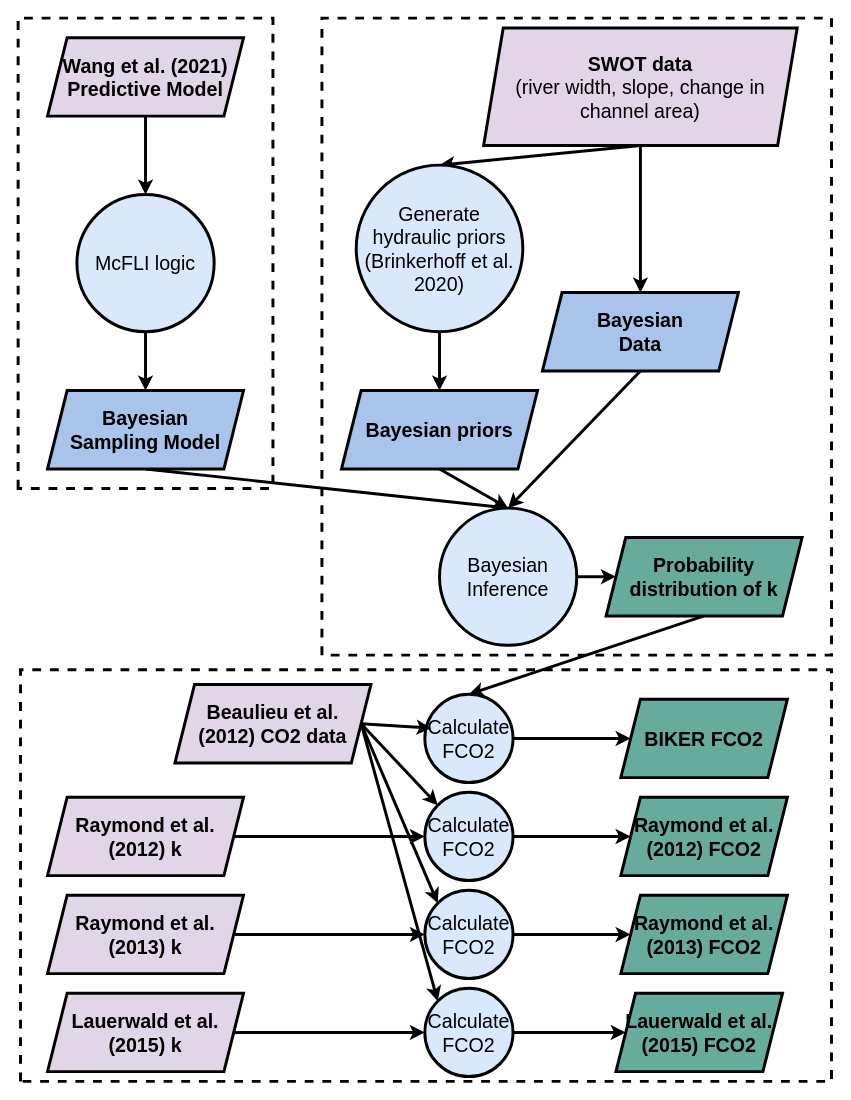
The draw.io diagram cache/flowchart.drawio in craigbrinkerhoff/RSK600, before the edit. Source tidied: cells renumbered, new cells numbered last; positions are measured from the earlier drawing's top-left corner, leaving out a move shared by most shapes. Both pictures are drawn from the tidied source at 98%, with x=0, y=0 at pixel (-90, 27).
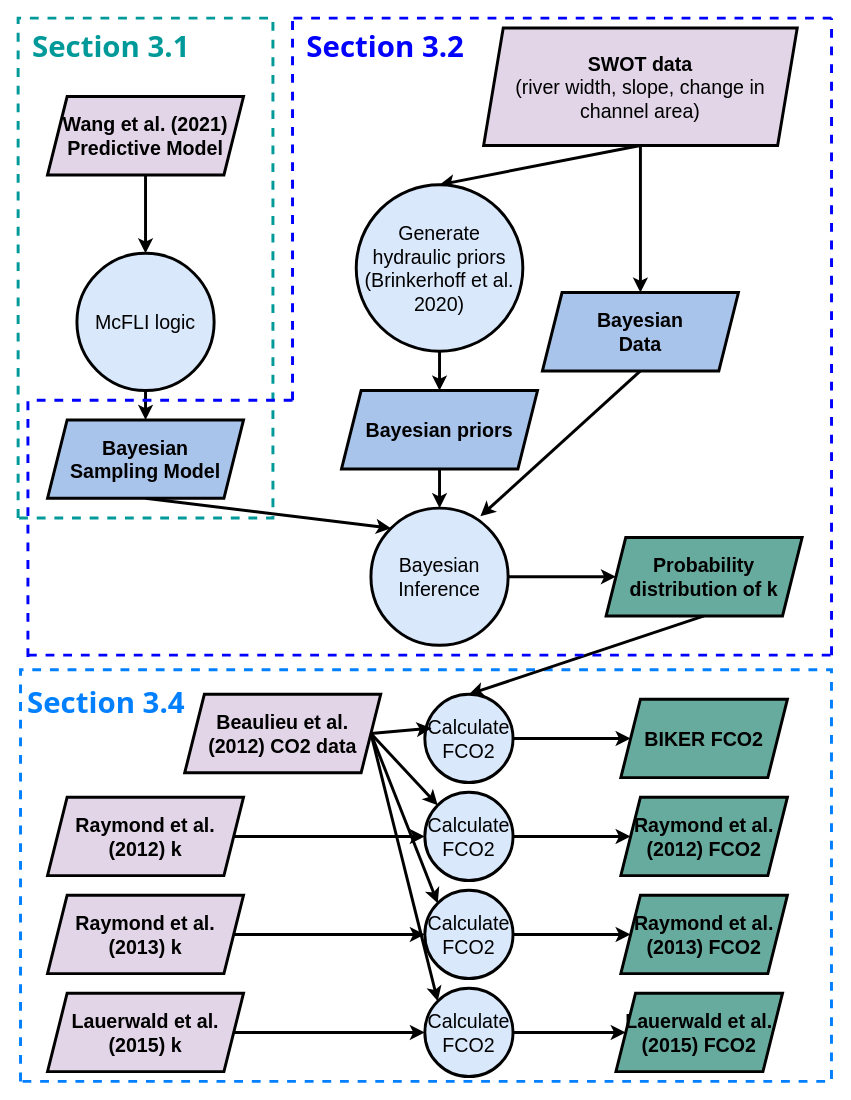
The same diagram, later.

The change refers to these unchanged cells:
```xml
<mxCell id="17" value="&lt;font style=&quot;font-size: 20px&quot;&gt;&lt;b&gt;Bayesian&lt;br&gt;Data&lt;/b&gt;&lt;/font&gt;" style="shape=parallelogram;perimeter=parallelogramPerimeter;whiteSpace=wrap;html=1;fixedSize=1;strokeWidth=3;fillColor=#A9C4EB;" parent="1" vertex="1">
  <mxGeometry x="645" y="270" width="200" height="80" as="geometry" />
</mxCell>
```

Change to the diagram source:
```diff
@@
-    <mxCell id="2" style="rounded=0;whiteSpace=wrap;html=1;strokeColor=#000000;strokeWidth=3;fillColor=none;dashed=1;rotation=-90;" parent="1" vertex="1">
+    <mxCell id="2" style="rounded=0;whiteSpace=wrap;html=1;strokeWidth=3;fillColor=none;dashed=1;rotation=-90;strokeColor=#007FFF;" parent="1" vertex="1">
       <mxGeometry x="316.2" y="451.2" width="420" height="827.5" as="geometry" />
     </mxCell>
-    <mxCell id="3" style="rounded=0;whiteSpace=wrap;html=1;strokeColor=#000000;strokeWidth=3;fillColor=none;dashed=1;rotation=-90;" parent="1" vertex="1">
-      <mxGeometry y="100" width="480" height="260" as="geometry" />
+    <mxCell id="3" style="rounded=0;whiteSpace=wrap;html=1;strokeWidth=3;dashed=1;rotation=-90;fontColor=#ffffff;fillColor=none;strokeColor=#009999;" parent="1" vertex="1">
+      <mxGeometry x="-15" y="115" width="510" height="260" as="geometry" />
     </mxCell>
-    <mxCell id="4" style="rounded=0;whiteSpace=wrap;html=1;strokeColor=#000000;strokeWidth=3;fillColor=none;dashed=1;rotation=-90;" parent="1" vertex="1">
-      <mxGeometry x="355" y="55" width="650" height="520" as="geometry" />
-    </mxCell>
@@
     <mxCell id="6" value="&lt;font style=&quot;font-size: 20px&quot;&gt;&lt;b&gt;Wang et al. (2021)&lt;br&gt;Predictive Model&lt;/b&gt;&lt;/font&gt;" style="shape=parallelogram;perimeter=parallelogramPerimeter;whiteSpace=wrap;html=1;fixedSize=1;fillColor=#e1d5e7;strokeWidth=3;" parent="1" vertex="1">
-      <mxGeometry x="140" y="10" width="200" height="80" as="geometry" />
+      <mxGeometry x="140" y="70" width="200" height="80" as="geometry" />
     </mxCell>
-    <mxCell id="7" style="edgeStyle=none;rounded=0;jettySize=auto;html=1;exitX=0.5;exitY=1;exitDx=0;exitDy=0;entryX=0.5;entryY=0;entryDx=0;entryDy=0;strokeWidth=3;" parent="1" edge="1" source="8" target="21">
+    <mxCell id="7" style="edgeStyle=none;rounded=0;jettySize=auto;html=1;exitX=0.5;exitY=1;exitDx=0;exitDy=0;entryX=0;entryY=0;entryDx=0;entryDy=0;strokeWidth=3;" parent="1" edge="1" source="8" target="21">
       <mxGeometry relative="1" as="geometry" />
     </mxCell>
     <mxCell id="8" value="&lt;font style=&quot;font-size: 20px&quot;&gt;&lt;b&gt;Bayesian&lt;br&gt;Sampling Model&lt;/b&gt;&lt;/font&gt;" style="shape=parallelogram;perimeter=parallelogramPerimeter;whiteSpace=wrap;html=1;fixedSize=1;strokeWidth=3;fillColor=#A9C4EB;" parent="1" vertex="1">
-      <mxGeometry x="140" y="370" width="200" height="80" as="geometry" />
+      <mxGeometry x="140" y="400" width="200" height="80" as="geometry" />
     </mxCell>
@@
     <mxCell id="10" value="&lt;font style=&quot;font-size: 20px&quot;&gt;McFLI logic&lt;/font&gt;" style="ellipse;whiteSpace=wrap;html=1;strokeWidth=3;fillColor=#dae8fc;" parent="1" vertex="1">
-      <mxGeometry x="170" y="170" width="140" height="140" as="geometry" />
+      <mxGeometry x="170" y="230" width="140" height="140" as="geometry" />
     </mxCell>
@@
     <mxCell id="15" value="&lt;font style=&quot;font-size: 20px&quot;&gt;Generate hydraulic priors (Brinkerhoff et al. 2020)&lt;/font&gt;" style="ellipse;whiteSpace=wrap;html=1;strokeWidth=3;fillColor=#dae8fc;" parent="1" vertex="1">
-      <mxGeometry x="455" y="140" width="170" height="170" as="geometry" />
+      <mxGeometry x="455" y="160" width="170" height="170" as="geometry" />
     </mxCell>
-    <mxCell id="16" style="edgeStyle=none;rounded=0;jettySize=auto;html=1;exitX=0.5;exitY=1;exitDx=0;exitDy=0;entryX=0.5;entryY=0;entryDx=0;entryDy=0;strokeWidth=3;" parent="1" edge="1" source="17" target="21">
+    <mxCell id="16" style="edgeStyle=none;rounded=0;jettySize=auto;html=1;exitX=0.5;exitY=1;exitDx=0;exitDy=0;entryX=0.798;entryY=0.06;entryDx=0;entryDy=0;strokeWidth=3;entryPerimeter=0;" parent="1" edge="1" source="17" target="21">
       <mxGeometry relative="1" as="geometry" />
     </mxCell>
@@
     <mxCell id="21" value="&lt;font style=&quot;font-size: 20px&quot;&gt;Bayesian Inference&lt;/font&gt;" style="ellipse;whiteSpace=wrap;html=1;strokeWidth=3;fillColor=#dae8fc;" parent="1" vertex="1">
-      <mxGeometry x="540" y="490" width="140" height="140" as="geometry" />
+      <mxGeometry x="470" y="490" width="140" height="140" as="geometry" />
     </mxCell>
@@
     <mxCell id="40" value="&lt;span style=&quot;font-size: 20px&quot;&gt;&lt;b&gt;Beaulieu et al.&lt;br&gt;(2012) CO2 data&lt;/b&gt;&lt;/span&gt;" style="shape=parallelogram;perimeter=parallelogramPerimeter;whiteSpace=wrap;html=1;fixedSize=1;fillColor=#e1d5e7;strokeWidth=3;" parent="1" vertex="1">
-      <mxGeometry x="270" y="670" width="200" height="80" as="geometry" />
+      <mxGeometry x="280" y="680" width="200" height="80" as="geometry" />
     </mxCell>
@@
+    <mxCell id="47" value="&lt;font face=&quot;Tahoma&quot; size=&quot;1&quot; color=&quot;#009999&quot;&gt;&lt;b style=&quot;font-size: 30px&quot;&gt;Section 3.1&lt;/b&gt;&lt;/font&gt;" style="text;html=1;strokeColor=none;fillColor=none;align=center;verticalAlign=middle;whiteSpace=wrap;rounded=0;dashed=1;" parent="1" vertex="1">
+      <mxGeometry x="110" y="-10" width="190" height="55" as="geometry" />
+    </mxCell>
+    <mxCell id="48" style="group;" parent="1" vertex="1">
+      <mxGeometry x="120" y="-10" width="820" height="652" as="geometry" />
+    </mxCell>
+    <mxCell id="49" style="endArrow=none;dashed=1;html=1;strokeColor=#0000FF;strokeWidth=3;" parent="48" edge="1">
+      <mxGeometry relative="1" as="geometry">
+        <mxPoint x="820" y="650" as="sourcePoint" />
+        <mxPoint x="820" as="targetPoint" />
+      </mxGeometry>
+    </mxCell>
+    <mxCell id="50" style="endArrow=none;dashed=1;html=1;strokeColor=#0000FF;strokeWidth=3;" parent="48" edge="1">
+      <mxGeometry relative="1" as="geometry">
+        <mxPoint x="820" as="sourcePoint" />
+        <mxPoint x="270" as="targetPoint" />
+      </mxGeometry>
+    </mxCell>
+    <mxCell id="51" style="endArrow=none;dashed=1;html=1;strokeColor=#0000FF;strokeWidth=3;" parent="48" edge="1">
+      <mxGeometry relative="1" as="geometry">
+        <mxPoint x="270" y="390" as="sourcePoint" />
+        <mxPoint x="270" as="targetPoint" />
+      </mxGeometry>
+    </mxCell>
+    <mxCell id="52" style="endArrow=none;dashed=1;html=1;strokeColor=#0000FF;strokeWidth=3;" parent="48" edge="1">
+      <mxGeometry relative="1" as="geometry">
+        <mxPoint x="270" y="390" as="sourcePoint" />
+        <mxPoint y="390" as="targetPoint" />
+      </mxGeometry>
+    </mxCell>
+    <mxCell id="53" style="endArrow=none;dashed=1;html=1;strokeColor=#0000FF;strokeWidth=3;" parent="48" edge="1">
+      <mxGeometry relative="1" as="geometry">
+        <mxPoint y="652" as="sourcePoint" />
+        <mxPoint y="390" as="targetPoint" />
+      </mxGeometry>
+    </mxCell>
+    <mxCell id="54" style="endArrow=none;dashed=1;html=1;strokeColor=#0000FF;strokeWidth=3;" parent="48" edge="1">
+      <mxGeometry relative="1" as="geometry">
+        <mxPoint y="650" as="sourcePoint" />
+        <mxPoint x="820" y="650" as="targetPoint" />
+      </mxGeometry>
+    </mxCell>
+    <mxCell id="55" value="&lt;font face=&quot;Tahoma&quot; size=&quot;1&quot; color=&quot;#0000ff&quot;&gt;&lt;b style=&quot;font-size: 30px&quot;&gt;Section 3.2&lt;/b&gt;&lt;/font&gt;" style="text;html=1;strokeColor=none;fillColor=none;align=center;verticalAlign=middle;whiteSpace=wrap;rounded=0;dashed=1;" parent="48" vertex="1">
+      <mxGeometry x="270" width="190" height="55" as="geometry" />
+    </mxCell>
+    <mxCell id="56" value="&lt;font face=&quot;Tahoma&quot; size=&quot;1&quot; color=&quot;#007fff&quot;&gt;&lt;b style=&quot;font-size: 30px&quot;&gt;Section 3.4&lt;/b&gt;&lt;/font&gt;" style="text;html=1;strokeColor=none;fillColor=none;align=center;verticalAlign=middle;whiteSpace=wrap;rounded=0;dashed=1;" parent="1" vertex="1">
+      <mxGeometry x="110" y="660" width="180" height="55" as="geometry" />
+    </mxCell>
```
